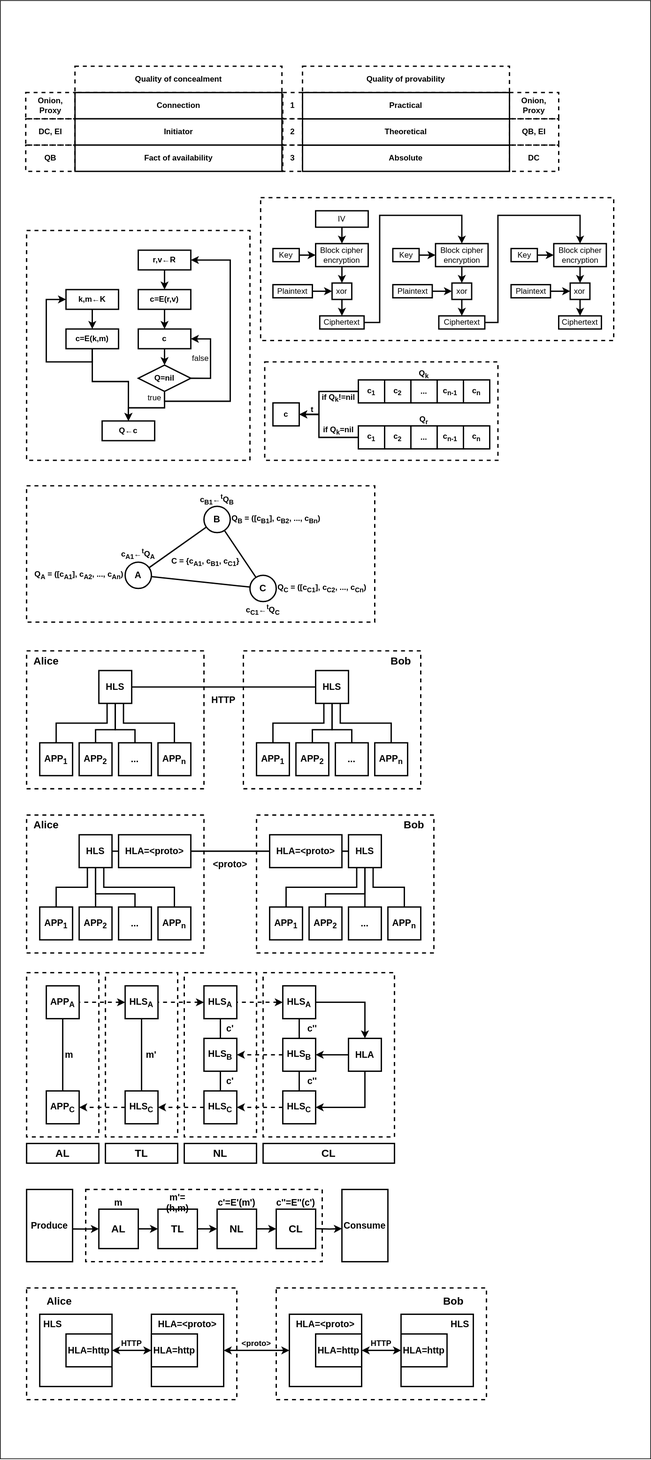
The draw.io diagram docs/hidden_lake_anonymous_network_scheme.svg in number571/hidden-lake, before a commit. Source tidied: cells renumbered, new cells last; positions are measured from the earlier drawing's top-left corner, leaving out a move shared by most shapes.
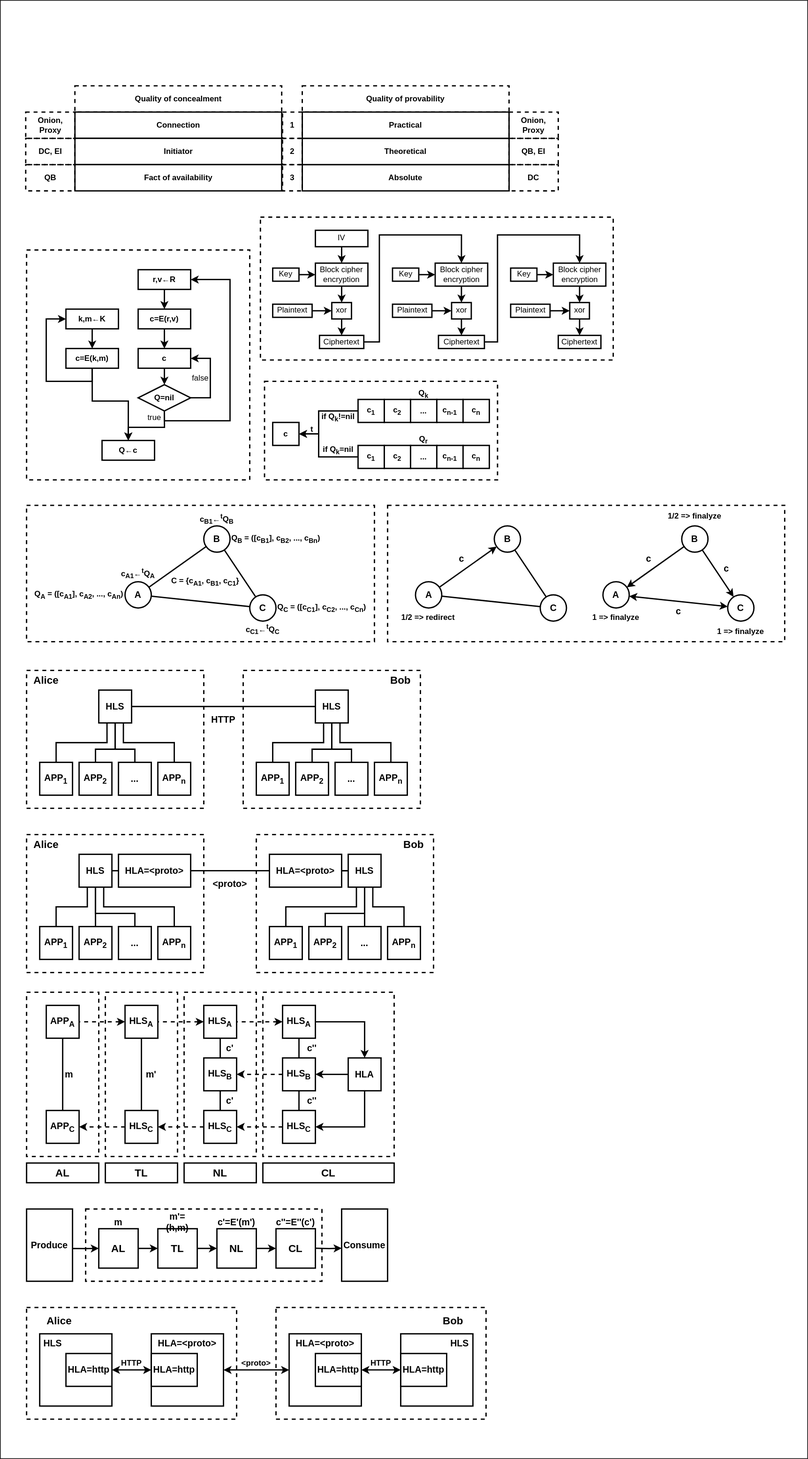
After the commit.

Diff of the diagram source:
```diff
@@ -363,7 +363,7 @@
       <mxGeometry x="40" y="1740" width="110" height="30" as="geometry" />
     </mxCell>
     <mxCell id="108" style="rounded=0;whiteSpace=wrap;html=1;strokeColor=default;fillColor=none;" parent="1" vertex="1">
-      <mxGeometry width="990" height="2220" as="geometry" />
+      <mxGeometry y="-30" width="1230" height="2220" as="geometry" />
     </mxCell>
     <mxCell id="109" style="edgeStyle=orthogonalEdgeStyle;rounded=0;jettySize=auto;html=1;exitX=0.994;exitY=0.547;exitDx=0;exitDy=0;entryX=0;entryY=0.5;entryDx=0;entryDy=0;strokeWidth=2;exitPerimeter=0;" parent="1" edge="1" source="110" target="113">
       <mxGeometry relative="1" as="geometry" />
@@ -797,5 +797,72 @@
     <mxCell id="234" value="&lt;b&gt;3&lt;/b&gt;" style="text;html=1;align=center;verticalAlign=middle;whiteSpace=wrap;rounded=0;strokeColor=default;dashed=1;strokeWidth=2;" parent="1" vertex="1">
       <mxGeometry x="429.9" y="220" width="30.1" height="40" as="geometry" />
     </mxCell>
+    <mxCell id="235" style="rounded=0;jettySize=auto;html=1;strokeWidth=2;endArrow=none;endFill=0;" parent="1" edge="1" source="237">
+      <mxGeometry relative="1" as="geometry">
+        <mxPoint x="831.5" y="878" as="targetPoint" />
+      </mxGeometry>
+    </mxCell>
+    <mxCell id="236" style="rounded=0;jettySize=auto;html=1;strokeWidth=2;endArrow=none;endFill=0;startArrow=classic;startFill=1;" parent="1" edge="1" source="237" target="239">
+      <mxGeometry relative="1" as="geometry" />
+    </mxCell>
+    <mxCell id="237" value="&lt;font style=&quot;font-size: 14px;&quot;&gt;&lt;b&gt;B&lt;/b&gt;&lt;/font&gt;" style="ellipse;whiteSpace=wrap;html=1;strokeWidth=2;" parent="1" vertex="1">
+      <mxGeometry x="752.5" y="770" width="40" height="40" as="geometry" />
+    </mxCell>
+    <mxCell id="238" style="rounded=0;jettySize=auto;html=1;endArrow=none;endFill=0;strokeWidth=2;" parent="1" edge="1" source="239" target="240">
+      <mxGeometry relative="1" as="geometry" />
+    </mxCell>
+    <mxCell id="239" value="&lt;font style=&quot;font-size: 14px;&quot;&gt;&lt;b&gt;A&lt;/b&gt;&lt;/font&gt;" style="ellipse;whiteSpace=wrap;html=1;strokeWidth=2;" parent="1" vertex="1">
+      <mxGeometry x="632.5" y="855" width="40" height="40" as="geometry" />
+    </mxCell>
+    <mxCell id="240" value="&lt;b&gt;&lt;font style=&quot;font-size: 14px;&quot;&gt;C&lt;/font&gt;&lt;/b&gt;" style="ellipse;whiteSpace=wrap;html=1;strokeWidth=2;" parent="1" vertex="1">
+      <mxGeometry x="822.5" y="875" width="40" height="40" as="geometry" />
+    </mxCell>
+    <mxCell id="241" value="&lt;div align=&quot;center&quot;&gt;&lt;b&gt;1/2 =&amp;gt; redirect&lt;/b&gt;&lt;/div&gt;" style="text;html=1;align=center;verticalAlign=middle;whiteSpace=wrap;rounded=0;" parent="1" vertex="1">
+      <mxGeometry x="609.4" y="895" width="86.3" height="30" as="geometry" />
+    </mxCell>
+    <mxCell id="242" value="&lt;font style=&quot;font-size: 14px;&quot;&gt;&lt;b&gt;c&lt;/b&gt;&lt;/font&gt;" style="text;html=1;align=center;verticalAlign=middle;whiteSpace=wrap;rounded=0;" parent="1" vertex="1">
+      <mxGeometry x="672.5" y="805" width="60" height="30" as="geometry" />
+    </mxCell>
+    <mxCell id="243" style="rounded=0;jettySize=auto;html=1;strokeWidth=2;endArrow=classic;endFill=1;" parent="1" edge="1" source="245">
+      <mxGeometry relative="1" as="geometry">
+        <mxPoint x="1117.1" y="878" as="targetPoint" />
+      </mxGeometry>
+    </mxCell>
+    <mxCell id="244" style="rounded=0;jettySize=auto;html=1;strokeWidth=2;endArrow=classic;endFill=1;startArrow=none;startFill=0;" parent="1" edge="1" source="245" target="247">
+      <mxGeometry relative="1" as="geometry" />
+    </mxCell>
+    <mxCell id="245" value="&lt;font style=&quot;font-size: 14px;&quot;&gt;&lt;b&gt;B&lt;/b&gt;&lt;/font&gt;" style="ellipse;whiteSpace=wrap;html=1;strokeWidth=2;" parent="1" vertex="1">
+      <mxGeometry x="1038.1" y="770" width="40" height="40" as="geometry" />
+    </mxCell>
+    <mxCell id="246" style="rounded=0;jettySize=auto;html=1;endArrow=classic;endFill=1;strokeWidth=2;startArrow=classic;startFill=1;" parent="1" edge="1" source="247" target="248">
+      <mxGeometry relative="1" as="geometry" />
+    </mxCell>
+    <mxCell id="247" value="&lt;font style=&quot;font-size: 14px;&quot;&gt;&lt;b&gt;A&lt;/b&gt;&lt;/font&gt;" style="ellipse;whiteSpace=wrap;html=1;strokeWidth=2;" parent="1" vertex="1">
+      <mxGeometry x="918.1" y="855" width="40" height="40" as="geometry" />
+    </mxCell>
+    <mxCell id="248" value="&lt;b&gt;&lt;font style=&quot;font-size: 14px;&quot;&gt;C&lt;/font&gt;&lt;/b&gt;" style="ellipse;whiteSpace=wrap;html=1;strokeWidth=2;" parent="1" vertex="1">
+      <mxGeometry x="1108.1" y="875" width="40" height="40" as="geometry" />
+    </mxCell>
+    <mxCell id="249" value="&lt;div align=&quot;center&quot;&gt;&lt;b&gt;1/2 =&amp;gt; finalyze&lt;/b&gt;&lt;/div&gt;" style="text;html=1;align=center;verticalAlign=middle;whiteSpace=wrap;rounded=0;" parent="1" vertex="1">
+      <mxGeometry x="1015" y="740" width="86.3" height="30" as="geometry" />
+    </mxCell>
+    <mxCell id="250" value="&lt;div align=&quot;center&quot;&gt;&lt;b&gt;1 =&amp;gt; finalyze&lt;/b&gt;&lt;/div&gt;" style="text;html=1;align=center;verticalAlign=middle;whiteSpace=wrap;rounded=0;" parent="1" vertex="1">
+      <mxGeometry x="895" y="895" width="86.3" height="30" as="geometry" />
+    </mxCell>
+    <mxCell id="251" value="&lt;div align=&quot;center&quot;&gt;&lt;b&gt;1 =&amp;gt; finalyze&lt;/b&gt;&lt;/div&gt;" style="text;html=1;align=center;verticalAlign=middle;whiteSpace=wrap;rounded=0;" parent="1" vertex="1">
+      <mxGeometry x="1085" y="916.2" width="86.3" height="30" as="geometry" />
+    </mxCell>
+    <mxCell id="252" value="&lt;font style=&quot;font-size: 14px;&quot;&gt;&lt;b&gt;c&lt;/b&gt;&lt;/font&gt;" style="text;html=1;align=center;verticalAlign=middle;whiteSpace=wrap;rounded=0;" parent="1" vertex="1">
+      <mxGeometry x="958.1" y="805" width="60" height="30" as="geometry" />
+    </mxCell>
+    <mxCell id="253" value="&lt;font style=&quot;font-size: 14px;&quot;&gt;&lt;b&gt;c&lt;/b&gt;&lt;/font&gt;" style="text;html=1;align=center;verticalAlign=middle;whiteSpace=wrap;rounded=0;" parent="1" vertex="1">
+      <mxGeometry x="1078.1" y="820" width="56.9" height="30" as="geometry" />
+    </mxCell>
+    <mxCell id="254" value="&lt;font style=&quot;font-size: 14px;&quot;&gt;&lt;b&gt;c&lt;/b&gt;&lt;/font&gt;" style="text;html=1;align=center;verticalAlign=middle;whiteSpace=wrap;rounded=0;" parent="1" vertex="1">
+      <mxGeometry x="1005" y="885" width="56.9" height="30" as="geometry" />
+    </mxCell>
+    <mxCell id="255" style="rounded=0;whiteSpace=wrap;html=1;fillColor=none;strokeWidth=2;dashed=1;" parent="1" vertex="1">
+      <mxGeometry x="590" y="738.8" width="605" height="207.5" as="geometry" />
+    </mxCell>
   </root>
 </mxGraphModel>
```
